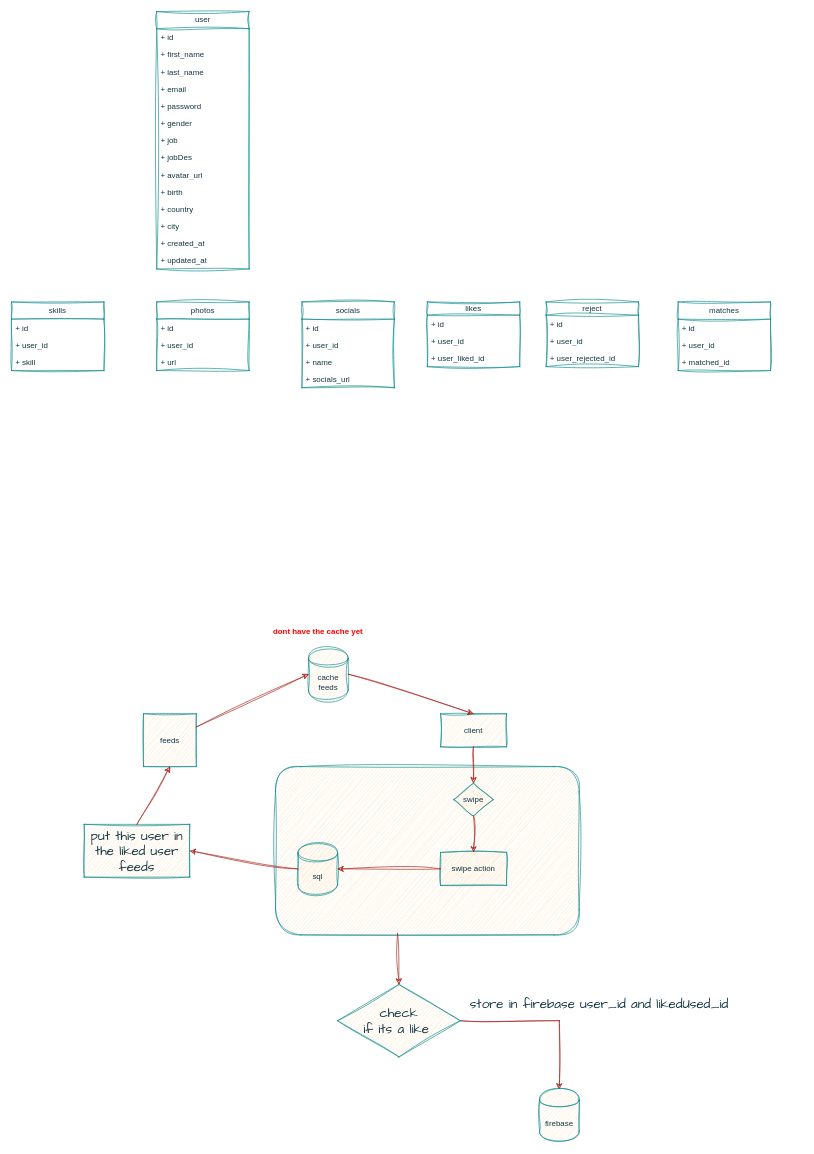
Earlier version of the draw.io diagram skill-swap.drawio (TenpennyUMFPOS/skill-swap). Source tidied: cells renumbered, new cells numbered last; positions are measured from the earlier drawing's top-left corner, leaving out a move shared by most shapes. Both pictures are drawn from the tidied source at 66%, with x=0, y=0 at pixel (11, 11).
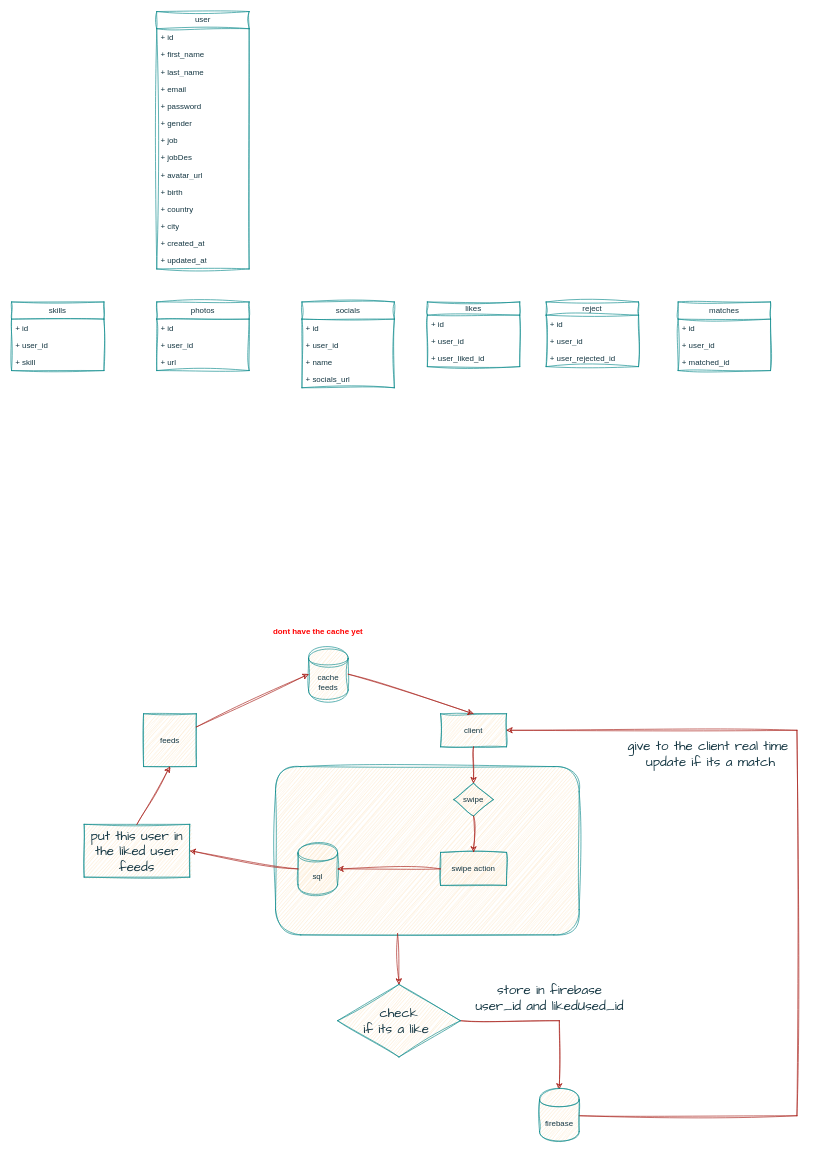
Above is the later version.

Commit message (it also covers changes not shown here):
Mettre à jour skill-swap.drawio

The change refers to these unchanged cells:
```xml
<mxCell id="6" value="client" style="html=1;dashed=0;whiteSpace=wrap;sketch=1;curveFitting=1;jiggle=2;labelBackgroundColor=none;fillColor=#FAE5C7;strokeColor=#0F8B8D;fontColor=#143642;" parent="1" vertex="1">
  <mxGeometry x="650" y="1064" width="100" height="50" as="geometry" />
</mxCell>
<mxCell id="61" value="firebase" style="shape=cylinder;whiteSpace=wrap;html=1;boundedLbl=1;backgroundOutline=1;sketch=1;curveFitting=1;jiggle=2;labelBackgroundColor=none;fillColor=#FAE5C7;strokeColor=#0F8B8D;fontColor=#143642;" parent="1" vertex="1">
  <mxGeometry x="800" y="1633" width="60" height="80" as="geometry" />
</mxCell>
```

What changed in the source:
```diff
@@
+    <mxCell id="63" style="edgeStyle=orthogonalEdgeStyle;rounded=0;sketch=1;hachureGap=4;jiggle=2;curveFitting=1;jettySize=auto;html=1;entryX=1;entryY=0.5;entryDx=0;entryDy=0;strokeColor=#A8201A;fontFamily=Architects Daughter;fontSize=16;fontColor=#143642;fillColor=#FAE5C7;" parent="1" edge="1" source="61" target="6">
+      <mxGeometry relative="1" as="geometry">
+        <Array as="points">
+          <mxPoint x="1190" y="1673" />
+          <mxPoint x="1190" y="1089" />
+        </Array>
+      </mxGeometry>
+    </mxCell>
@@
-    <mxCell id="62" value="store in firebase user_id and likedUsed_id" style="text;html=1;align=center;verticalAlign=middle;strokeColor=none;fillColor=none;fontSize=20;fontFamily=Architects Daughter;fontColor=#143642;" parent="1" vertex="1">
-      <mxGeometry x="680" y="1484" width="420" height="40" as="geometry" />
+    <mxCell id="62" value="store in firebase &lt;br&gt;user_id and likedUsed_id" style="text;html=1;align=center;verticalAlign=middle;strokeColor=none;fillColor=none;fontSize=20;fontFamily=Architects Daughter;fontColor=#143642;" parent="1" vertex="1">
+      <mxGeometry x="690" y="1464" width="250" height="60" as="geometry" />
     </mxCell>
+    <mxCell id="64" value="give to the client real time&lt;br&gt;&amp;nbsp;update if its a match" style="text;html=1;align=center;verticalAlign=middle;strokeColor=none;fillColor=none;fontSize=20;fontFamily=Architects Daughter;fontColor=#143642;" parent="1" vertex="1">
+      <mxGeometry x="920" y="1094" width="270" height="60" as="geometry" />
+    </mxCell>
```
